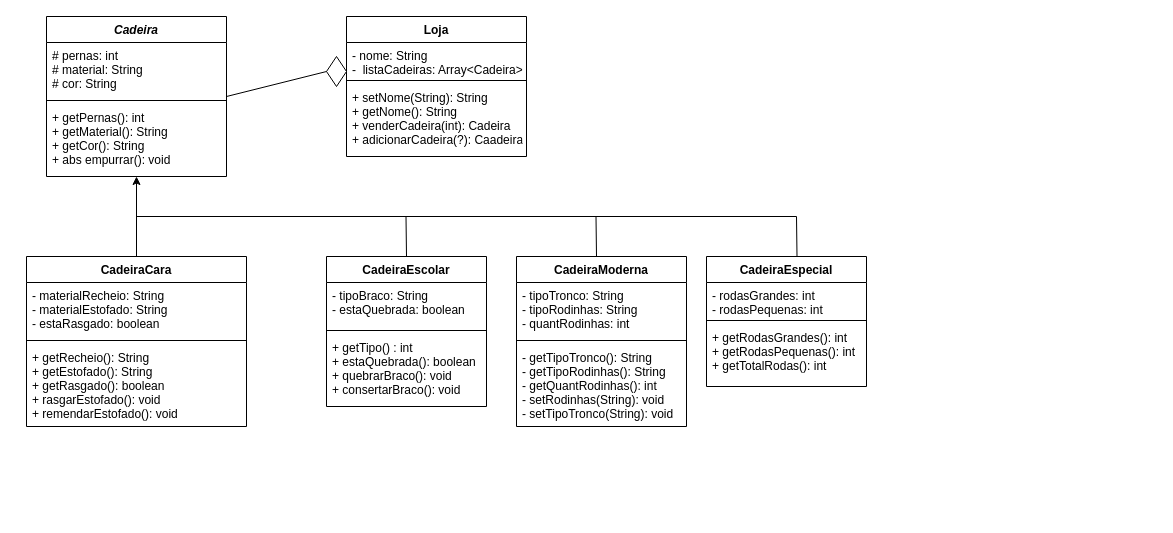
Above: POO/Lista 03/Q01/esquemaCadeiras.drawio in DaviAUJ/Faculdade (draw.io), before the change. Source tidied: cells renumbered, new cells numbered last; positions are measured from the earlier drawing's top-left corner, leaving out a move shared by most shapes. Both pictures are drawn from the tidied source at 100%, with x=0, y=0 at pixel (26, 16).
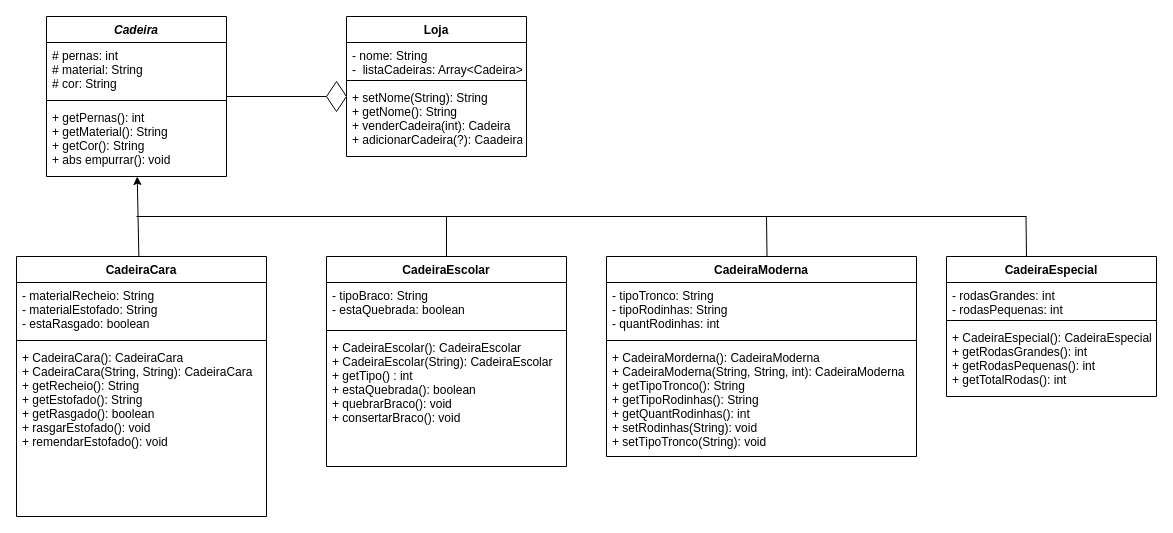
The same diagram, later.

What changed in the source:
```diff
@@
     <mxCell id="7" value="CadeiraCara" style="swimlane;fontStyle=1;align=center;verticalAlign=top;horizontal=1;startSize=26;" parent="1" vertex="1">
-      <mxGeometry y="240" width="220" height="170" as="geometry" />
+      <mxGeometry x="-10" y="240" width="250" height="260" as="geometry" />
     </mxCell>
     <mxCell id="8" value="- materialRecheio: String&#10;- materialEstofado: String&#10;- estaRasgado: boolean" style="text;strokeColor=none;fillColor=none;align=left;verticalAlign=top;spacingLeft=4;spacingRight=4;overflow=hidden;" parent="7" vertex="1">
-      <mxGeometry y="26" width="220" height="54" as="geometry" />
+      <mxGeometry y="26" width="250" height="54" as="geometry" />
     </mxCell>
     <mxCell id="9" style="line;strokeWidth=1;fillColor=none;align=left;verticalAlign=middle;spacingTop=-1;spacingLeft=3;spacingRight=3;labelPosition=right;strokeColor=inherit;" parent="7" vertex="1">
-      <mxGeometry y="80" width="220" height="8" as="geometry" />
+      <mxGeometry y="80" width="250" height="8" as="geometry" />
     </mxCell>
-    <mxCell id="10" value="+ getRecheio(): String&#10;+ getEstofado(): String&#10;+ getRasgado(): boolean&#10;+ rasgarEstofado(): void&#10;+ remendarEstofado(): void " style="text;strokeColor=none;fillColor=none;align=left;verticalAlign=top;spacingLeft=4;spacingRight=4;overflow=hidden;" parent="7" vertex="1">
-      <mxGeometry y="88" width="220" height="82" as="geometry" />
+    <mxCell id="10" value="+ CadeiraCara(): CadeiraCara&#10;+ CadeiraCara(String, String): CadeiraCara&#10;+ getRecheio(): String&#10;+ getEstofado(): String&#10;+ getRasgado(): boolean&#10;+ rasgarEstofado(): void&#10;+ remendarEstofado(): void " style="text;strokeColor=none;fillColor=none;align=left;verticalAlign=top;spacingLeft=4;spacingRight=4;overflow=hidden;" parent="7" vertex="1">
+      <mxGeometry y="88" width="250" height="172" as="geometry" />
     </mxCell>
     <mxCell id="11" value="CadeiraEscolar" style="swimlane;fontStyle=1;align=center;verticalAlign=top;horizontal=1;startSize=26;" parent="1" vertex="1">
-      <mxGeometry x="300" y="240" width="160" height="150" as="geometry" />
+      <mxGeometry x="300" y="240" width="240" height="210" as="geometry" />
     </mxCell>
     <mxCell id="12" style="endArrow=none;html=1;exitX=0.5;exitY=0;exitDx=0;exitDy=0;" parent="11" edge="1" source="11">
       <mxGeometry relative="1" as="geometry">
-        <mxPoint x="79.5" y="-40" as="targetPoint" />
+        <mxPoint x="120" y="-40" as="targetPoint" />
       </mxGeometry>
     </mxCell>
     <mxCell id="13" value="- tipoBraco: String&#10;- estaQuebrada: boolean" style="text;strokeColor=none;fillColor=none;align=left;verticalAlign=top;spacingLeft=4;spacingRight=4;overflow=hidden;" parent="11" vertex="1">
-      <mxGeometry y="26" width="160" height="44" as="geometry" />
+      <mxGeometry y="26" width="240" height="44" as="geometry" />
     </mxCell>
     <mxCell id="14" style="line;strokeWidth=1;fillColor=none;align=left;verticalAlign=middle;spacingTop=-1;spacingLeft=3;spacingRight=3;labelPosition=right;strokeColor=inherit;" parent="11" vertex="1">
-      <mxGeometry y="70" width="160" height="8" as="geometry" />
+      <mxGeometry y="70" width="240" height="8" as="geometry" />
     </mxCell>
-    <mxCell id="15" value="+ getTipo() : int&#10;+ estaQuebrada(): boolean&#10;+ quebrarBraco(): void&#10;+ consertarBraco(): void" style="text;strokeColor=none;fillColor=none;align=left;verticalAlign=top;spacingLeft=4;spacingRight=4;overflow=hidden;" parent="11" vertex="1">
-      <mxGeometry y="78" width="160" height="72" as="geometry" />
+    <mxCell id="15" value="+ CadeiraEscolar(): CadeiraEscolar&#10;+ CadeiraEscolar(String): CadeiraEscolar&#10;+ getTipo() : int&#10;+ estaQuebrada(): boolean&#10;+ quebrarBraco(): void&#10;+ consertarBraco(): void" style="text;strokeColor=none;fillColor=none;align=left;verticalAlign=top;spacingLeft=4;spacingRight=4;overflow=hidden;" parent="11" vertex="1">
+      <mxGeometry y="78" width="240" height="132" as="geometry" />
     </mxCell>
     <mxCell id="16" value="CadeiraModerna&#10;" style="swimlane;fontStyle=1;align=center;verticalAlign=top;horizontal=1;startSize=26;" parent="1" vertex="1">
-      <mxGeometry x="490" y="240" width="170" height="170" as="geometry" />
+      <mxGeometry x="580" y="240" width="310" height="200" as="geometry" />
     </mxCell>
     <mxCell id="17" value="- tipoTronco: String&#10;- tipoRodinhas: String&#10;- quantRodinhas: int" style="text;strokeColor=none;fillColor=none;align=left;verticalAlign=top;spacingLeft=4;spacingRight=4;overflow=hidden;" parent="16" vertex="1">
-      <mxGeometry y="26" width="170" height="54" as="geometry" />
+      <mxGeometry y="26" width="310" height="54" as="geometry" />
     </mxCell>
     <mxCell id="18" style="line;strokeWidth=1;fillColor=none;align=left;verticalAlign=middle;spacingTop=-1;spacingLeft=3;spacingRight=3;labelPosition=right;strokeColor=inherit;" parent="16" vertex="1">
-      <mxGeometry y="80" width="170" height="8" as="geometry" />
+      <mxGeometry y="80" width="310" height="8" as="geometry" />
     </mxCell>
-    <mxCell id="19" value="- getTipoTronco(): String&#10;- getTipoRodinhas(): String&#10;- getQuantRodinhas(): int&#10;- setRodinhas(String): void&#10;- setTipoTronco(String): void" style="text;strokeColor=none;fillColor=none;align=left;verticalAlign=top;spacingLeft=4;spacingRight=4;overflow=hidden;" parent="16" vertex="1">
-      <mxGeometry y="88" width="170" height="82" as="geometry" />
+    <mxCell id="19" value="+ CadeiraMorderna(): CadeiraModerna&#10;+ CadeiraModerna(String, String, int): CadeiraModerna&#10;+ getTipoTronco(): String&#10;+ getTipoRodinhas(): String&#10;+ getQuantRodinhas(): int&#10;+ setRodinhas(String): void&#10;+ setTipoTronco(String): void" style="text;strokeColor=none;fillColor=none;align=left;verticalAlign=top;spacingLeft=4;spacingRight=4;overflow=hidden;" parent="16" vertex="1">
+      <mxGeometry y="88" width="310" height="112" as="geometry" />
     </mxCell>
     <mxCell id="20" value="CadeiraEspecial&#10;" style="swimlane;fontStyle=1;align=center;verticalAlign=top;horizontal=1;startSize=26;" parent="1" vertex="1">
-      <mxGeometry x="680" y="240" width="160" height="130" as="geometry" />
+      <mxGeometry x="920" y="240" width="210" height="140" as="geometry" />
     </mxCell>
     <mxCell id="21" value="- rodasGrandes: int&#10;- rodasPequenas: int" style="text;strokeColor=none;fillColor=none;align=left;verticalAlign=top;spacingLeft=4;spacingRight=4;overflow=hidden;" parent="20" vertex="1">
-      <mxGeometry y="26" width="160" height="34" as="geometry" />
+      <mxGeometry y="26" width="210" height="34" as="geometry" />
     </mxCell>
     <mxCell id="22" style="line;strokeWidth=1;fillColor=none;align=left;verticalAlign=middle;spacingTop=-1;spacingLeft=3;spacingRight=3;labelPosition=right;strokeColor=inherit;" parent="20" vertex="1">
-      <mxGeometry y="60" width="160" height="8" as="geometry" />
+      <mxGeometry y="60" width="210" height="8" as="geometry" />
     </mxCell>
-    <mxCell id="23" value="+ getRodasGrandes(): int&#10;+ getRodasPequenas(): int&#10;+ getTotalRodas(): int" style="text;strokeColor=none;fillColor=none;align=left;verticalAlign=top;spacingLeft=4;spacingRight=4;overflow=hidden;" parent="20" vertex="1">
-      <mxGeometry y="68" width="160" height="62" as="geometry" />
+    <mxCell id="23" value="+ CadeiraEspecial(): CadeiraEspecial&#10;+ getRodasGrandes(): int&#10;+ getRodasPequenas(): int&#10;+ getTotalRodas(): int" style="text;strokeColor=none;fillColor=none;align=left;verticalAlign=top;spacingLeft=4;spacingRight=4;overflow=hidden;" parent="20" vertex="1">
+      <mxGeometry y="68" width="210" height="72" as="geometry" />
     </mxCell>
     <mxCell id="24" style="endArrow=none;html=1;" parent="1" edge="1">
       <mxGeometry relative="1" as="geometry">
         <mxPoint x="110" y="200" as="sourcePoint" />
-        <mxPoint x="770" y="200" as="targetPoint" />
+        <mxPoint x="1000" y="200" as="targetPoint" />
       </mxGeometry>
     </mxCell>
     <mxCell id="25" style="endArrow=none;html=1;exitX=0.5;exitY=0;exitDx=0;exitDy=0;" parent="1" edge="1">
       <mxGeometry relative="1" as="geometry">
-        <mxPoint x="570" y="240" as="sourcePoint" />
-        <mxPoint x="569.5" y="200" as="targetPoint" />
+        <mxPoint x="1000" y="240" as="sourcePoint" />
+        <mxPoint x="999.5" y="200" as="targetPoint" />
       </mxGeometry>
     </mxCell>
     <mxCell id="26" style="endArrow=none;html=1;exitX=0.5;exitY=0;exitDx=0;exitDy=0;" parent="1" edge="1">
       <mxGeometry relative="1" as="geometry">
-        <mxPoint x="770.5" y="240" as="sourcePoint" />
-        <mxPoint x="770" y="200" as="targetPoint" />
+        <mxPoint x="740.5" y="240" as="sourcePoint" />
+        <mxPoint x="740" y="200" as="targetPoint" />
       </mxGeometry>
     </mxCell>
@@
     <mxCell id="31" style="rhombus;whiteSpace=wrap;html=1;verticalAlign=top;fontStyle=3;startSize=26;" parent="1" vertex="1">
-      <mxGeometry x="300" y="40" width="20" height="30" as="geometry" />
+      <mxGeometry x="300" y="65" width="20" height="30" as="geometry" />
     </mxCell>
```
